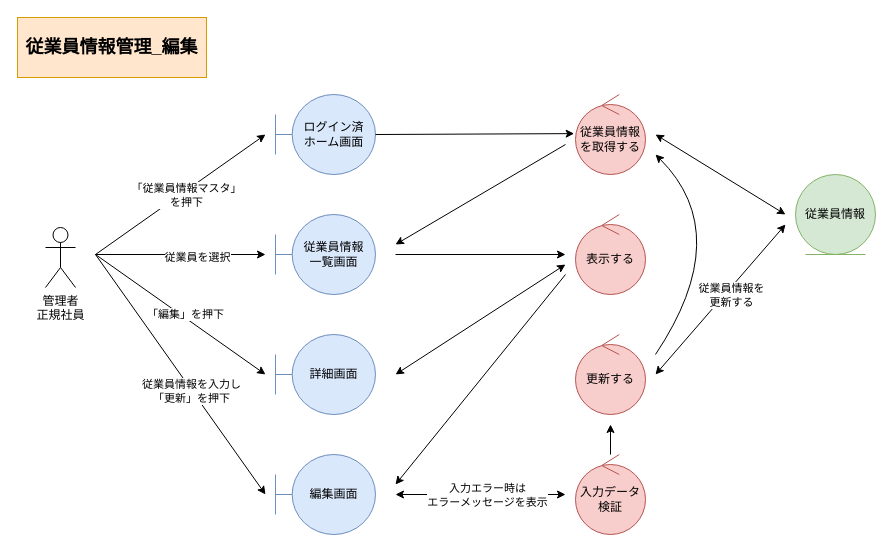
The draw.io diagram page "*従業員情報管理_編集" (3 of 5) of 各種設計書/3ロバストネス図/マスタ管理/1.従業員情報マスタ.drawio in HaruShim/Sotuken, before the edit. Source tidied: cells renumbered, new cells numbered last; positions are measured from the earlier drawing's top-left corner, leaving out a move shared by most shapes. Both pictures are drawn from the tidied source at 100%, with x=0, y=0 at pixel (17, 17).
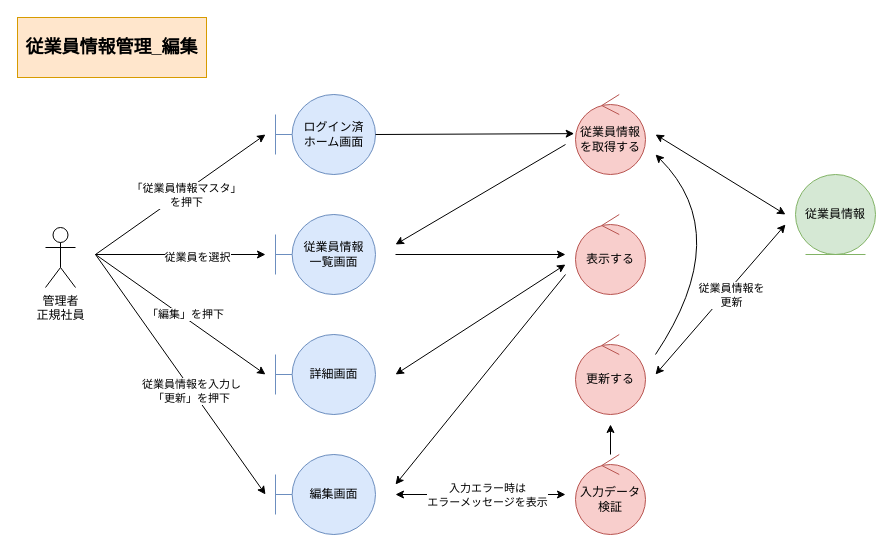
Above is the later version.

Unchanged cells that the change refers to:
```xml
<mxCell id="20" style="endArrow=classic;html=1;rounded=0;startArrow=classic;startFill=1;" parent="1" edge="1">
  <mxGeometry relative="1" as="geometry">
    <mxPoint x="638" y="357" as="sourcePoint" />
    <mxPoint x="768" y="207" as="targetPoint" />
  </mxGeometry>
</mxCell>
```

Diff of the diagram source:
```diff
@@
-    <mxCell id="21" value="従業員情報を&lt;br&gt;更新する" style="edgeLabel;html=1;align=center;verticalAlign=middle;" parent="20" vertex="1">
+    <mxCell id="21" value="従業員情報を&lt;br&gt;更新" style="edgeLabel;html=1;align=center;verticalAlign=middle;" parent="20" vertex="1">
       <mxGeometry x="0.17" y="1" relative="1" as="geometry">
         <mxPoint y="9" as="offset" />
       </mxGeometry>
     </mxCell>
```
